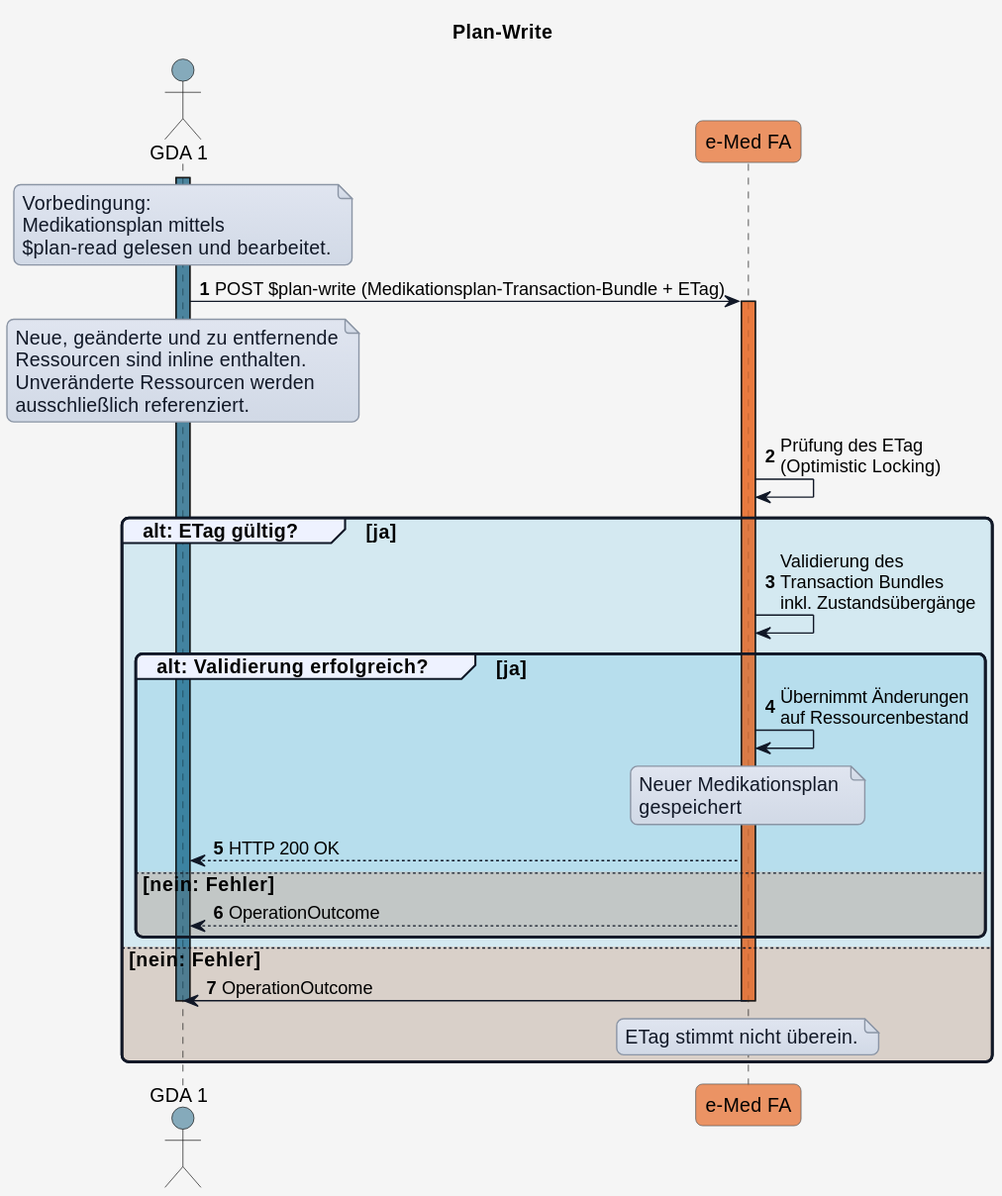
The PlantUML diagram r4-ELGA-e-Medikation-main/plantuml/UC_eMed_02_01.svg in HL7Austria/hl7austria.github.io, before a commit.
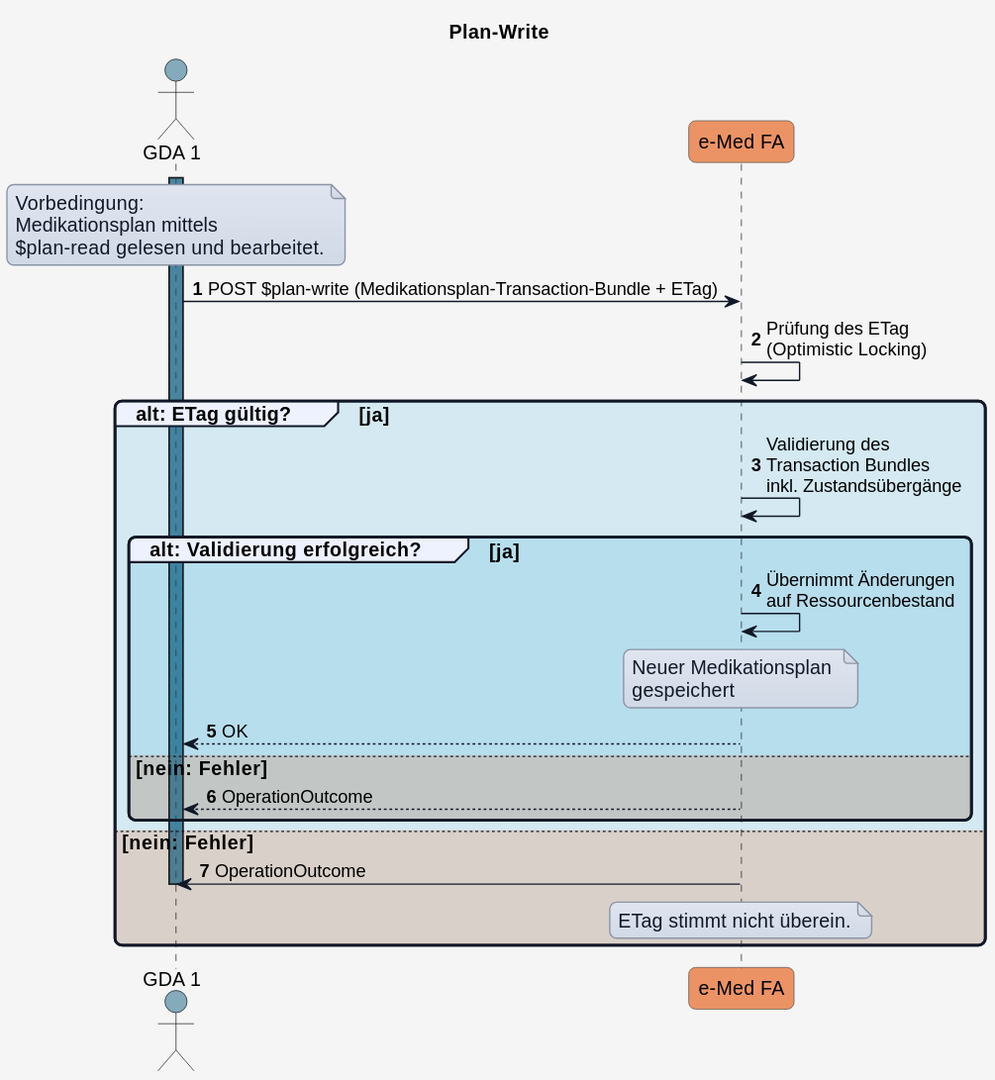
Later version of the same file.

Diff of the diagram source:
```diff
@@ -65,14 +65,6 @@
 
 GDA_1 -> eMed_FA: POST $plan-write (Medikationsplan-Transaction-Bundle + ETag)
 
-activate eMed_FA COLOR_EMED_FA
-note over GDA_1
-Neue, geänderte und zu entfernende
-Ressourcen sind inline enthalten.
-Unveränderte Ressourcen werden
-ausschließlich referenziert.
-end note
-
 eMed_FA -> eMed_FA: Prüfung des ETag\n(Optimistic Locking)
 
 group COLOR_OK alt: ETag gültig? [ja]
@@ -88,7 +80,7 @@
     gespeichert
     end note
 
-    eMed_FA --> GDA_1: HTTP 200 OK
+    eMed_FA --> GDA_1: OK
 
   else COLOR_ERROR nein: Fehler
 
```
